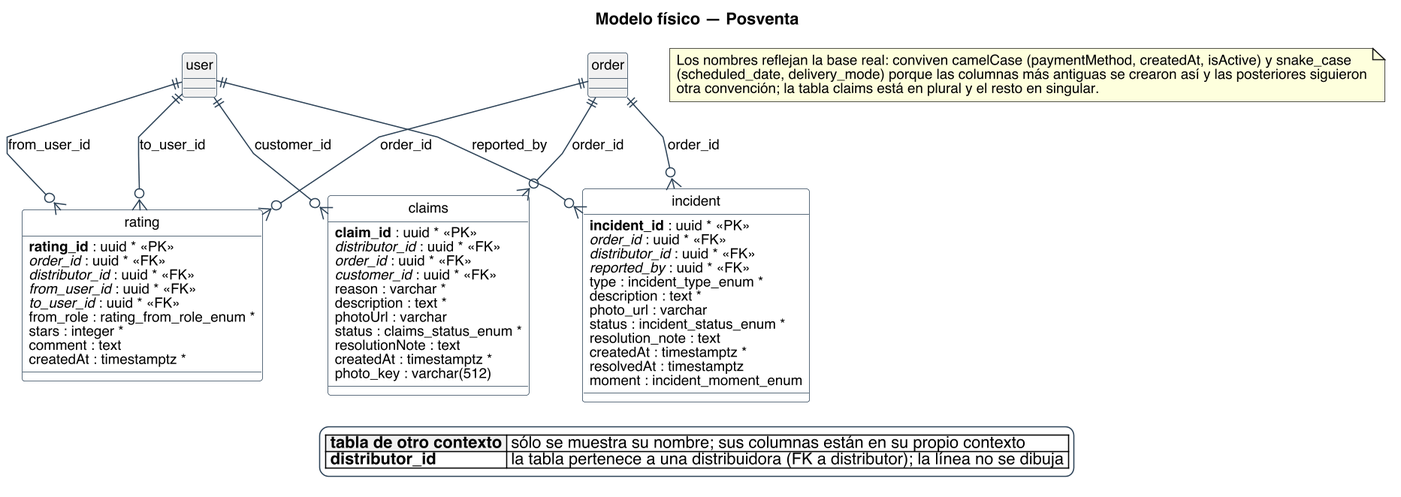
Earlier version of the PlantUML export diagramas/base-de-datos/fisico/SPLG-fisico-08-posventa.png (Nahuelito-Dev/splg-docs).
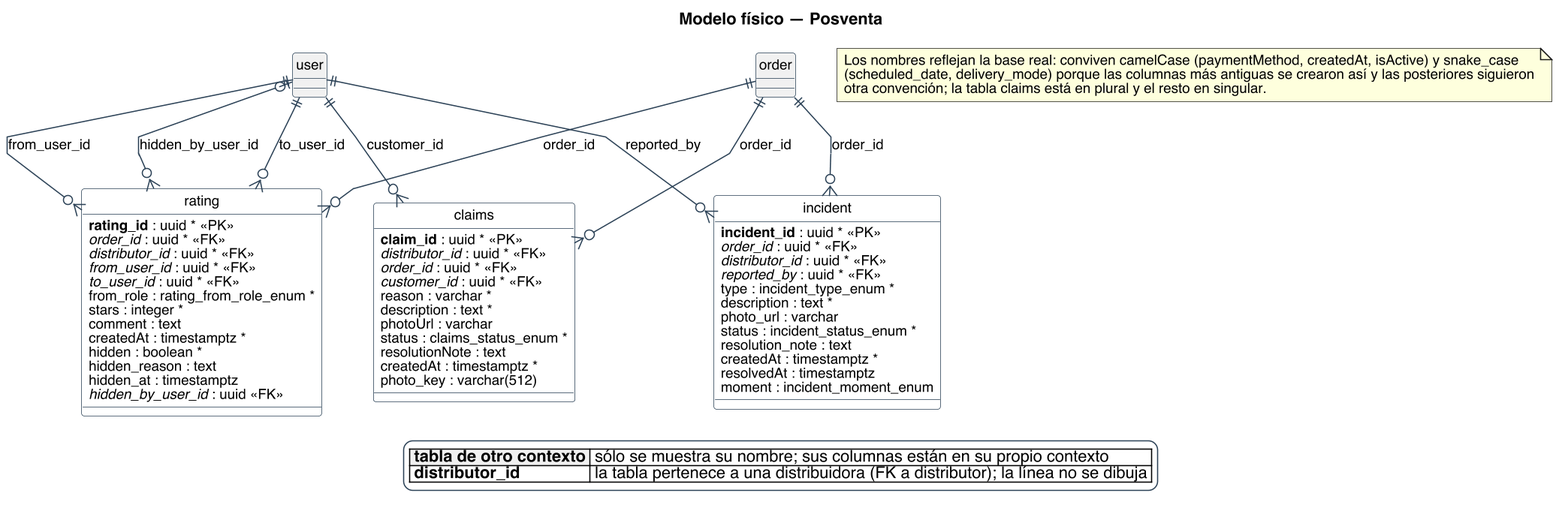
Above is the later version.

Diff of the diagram source:
```diff
@@ -67,6 +67,10 @@
   {field} stars : integer *
   {field} comment : text
   {field} createdAt : timestamptz *
+  {field} hidden : boolean *
+  {field} hidden_reason : text
+  {field} hidden_at : timestamptz
+  {field} //hidden_by_user_id// : uuid <<FK>>
 }
 entity "user" as e_user #F1F1F1 {
 }
@@ -78,6 +82,7 @@
 e_order ||--o{ e_incident : order_id
 e_user ||--o{ e_incident : reported_by
 e_user ||--o{ e_rating : from_user_id
+e_user |o--o{ e_rating : hidden_by_user_id
 e_order ||--o{ e_rating : order_id
 e_user ||--o{ e_rating : to_user_id
 
```
